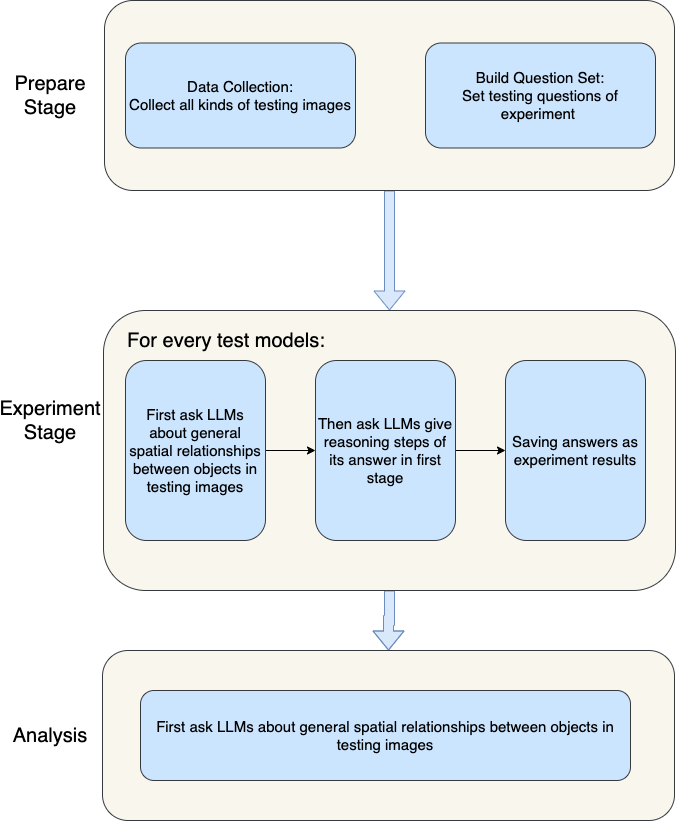
This is Pre-stage/pic/workflow.drawio.png from sitfo/Msc-Final, a draw.io export, as it was before one commit. Source tidied: cells renumbered, new cells last; positions are measured from the earlier drawing's top-left corner, leaving out a move shared by most shapes.
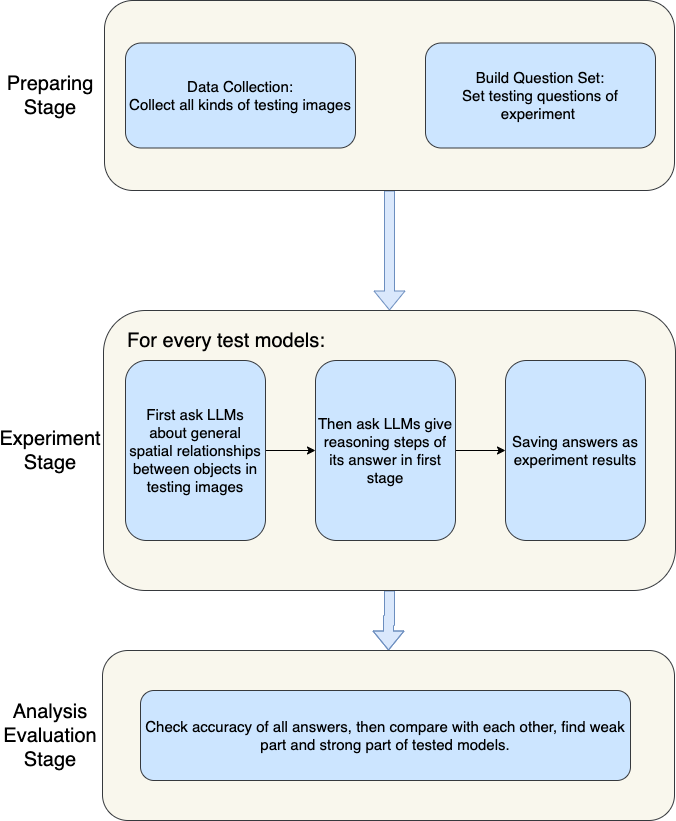
The same diagram one commit later.

Diff of the diagram source:
```diff
@@ -17,13 +17,13 @@
     <mxCell id="6" style="rounded=1;whiteSpace=wrap;html=1;fillColor=#f9f7ed;strokeColor=#36393d;" parent="1" vertex="1">
       <mxGeometry x="77" y="650" width="572" height="170" as="geometry" />
     </mxCell>
-    <mxCell id="7" value="&lt;font style=&quot;font-size: 20px;&quot;&gt;Prepare Stage&lt;/font&gt;" style="text;html=1;strokeColor=none;fillColor=none;align=center;verticalAlign=middle;whiteSpace=wrap;rounded=0;rotation=0;" parent="1" vertex="1">
+    <mxCell id="7" value="&lt;font style=&quot;font-size: 20px;&quot;&gt;Preparing Stage&lt;/font&gt;" style="text;html=1;strokeColor=none;fillColor=none;align=center;verticalAlign=middle;whiteSpace=wrap;rounded=0;rotation=0;" parent="1" vertex="1">
       <mxGeometry y="45" width="50" height="100" as="geometry" />
     </mxCell>
     <mxCell id="8" value="&lt;font style=&quot;font-size: 20px;&quot;&gt;Experiment&lt;br&gt;Stage&lt;/font&gt;" style="text;html=1;strokeColor=none;fillColor=none;align=center;verticalAlign=middle;whiteSpace=wrap;rounded=0;rotation=0;" parent="1" vertex="1">
-      <mxGeometry y="370" width="50" height="100" as="geometry" />
+      <mxGeometry y="400" width="50" height="100" as="geometry" />
     </mxCell>
-    <mxCell id="9" value="&lt;span style=&quot;font-size: 20px;&quot;&gt;Analysis&lt;/span&gt;" style="text;html=1;strokeColor=none;fillColor=none;align=center;verticalAlign=middle;whiteSpace=wrap;rounded=0;rotation=0;" parent="1" vertex="1">
+    <mxCell id="9" value="&lt;span style=&quot;font-size: 20px;&quot;&gt;Analysis&lt;br&gt;Evaluation&lt;br&gt;Stage&lt;br&gt;&lt;/span&gt;" style="text;html=1;strokeColor=none;fillColor=none;align=center;verticalAlign=middle;whiteSpace=wrap;rounded=0;rotation=0;" parent="1" vertex="1">
       <mxGeometry y="685" width="50" height="100" as="geometry" />
     </mxCell>
     <mxCell id="10" value="&lt;font style=&quot;font-size: 15px;&quot;&gt;Data Collection:&lt;br&gt;Collect all kinds of testing images&lt;/font&gt;" style="rounded=1;whiteSpace=wrap;html=1;fillColor=#cce5ff;strokeColor=#36393d;" parent="1" vertex="1">
@@ -47,7 +47,7 @@
     <mxCell id="16" value="&lt;span style=&quot;font-size: 15px;&quot;&gt;Saving answers as experiment results&lt;/span&gt;" style="rounded=1;whiteSpace=wrap;html=1;fillColor=#cce5ff;strokeColor=#36393d;" parent="1" vertex="1">
       <mxGeometry x="480" y="360" width="140" height="180" as="geometry" />
     </mxCell>
-    <mxCell id="17" value="&lt;span style=&quot;font-size: 15px;&quot;&gt;First ask LLMs about general spatial relationships between objects in testing images&lt;/span&gt;" style="rounded=1;whiteSpace=wrap;html=1;fillColor=#cce5ff;strokeColor=#36393d;" parent="1" vertex="1">
+    <mxCell id="17" value="&lt;span style=&quot;font-size: 15px;&quot;&gt;Check accuracy of all answers, then compare with each other, find weak part and strong part of tested models.&lt;/span&gt;" style="rounded=1;whiteSpace=wrap;html=1;fillColor=#cce5ff;strokeColor=#36393d;" parent="1" vertex="1">
       <mxGeometry x="115" y="690" width="490" height="90" as="geometry" />
     </mxCell>
     <mxCell id="18" value="&lt;font style=&quot;font-size: 20px;&quot;&gt;For every test models:&lt;/font&gt;" style="text;html=1;strokeColor=none;fillColor=none;align=left;verticalAlign=middle;whiteSpace=wrap;rounded=0;rotation=0;" parent="1" vertex="1">
```
